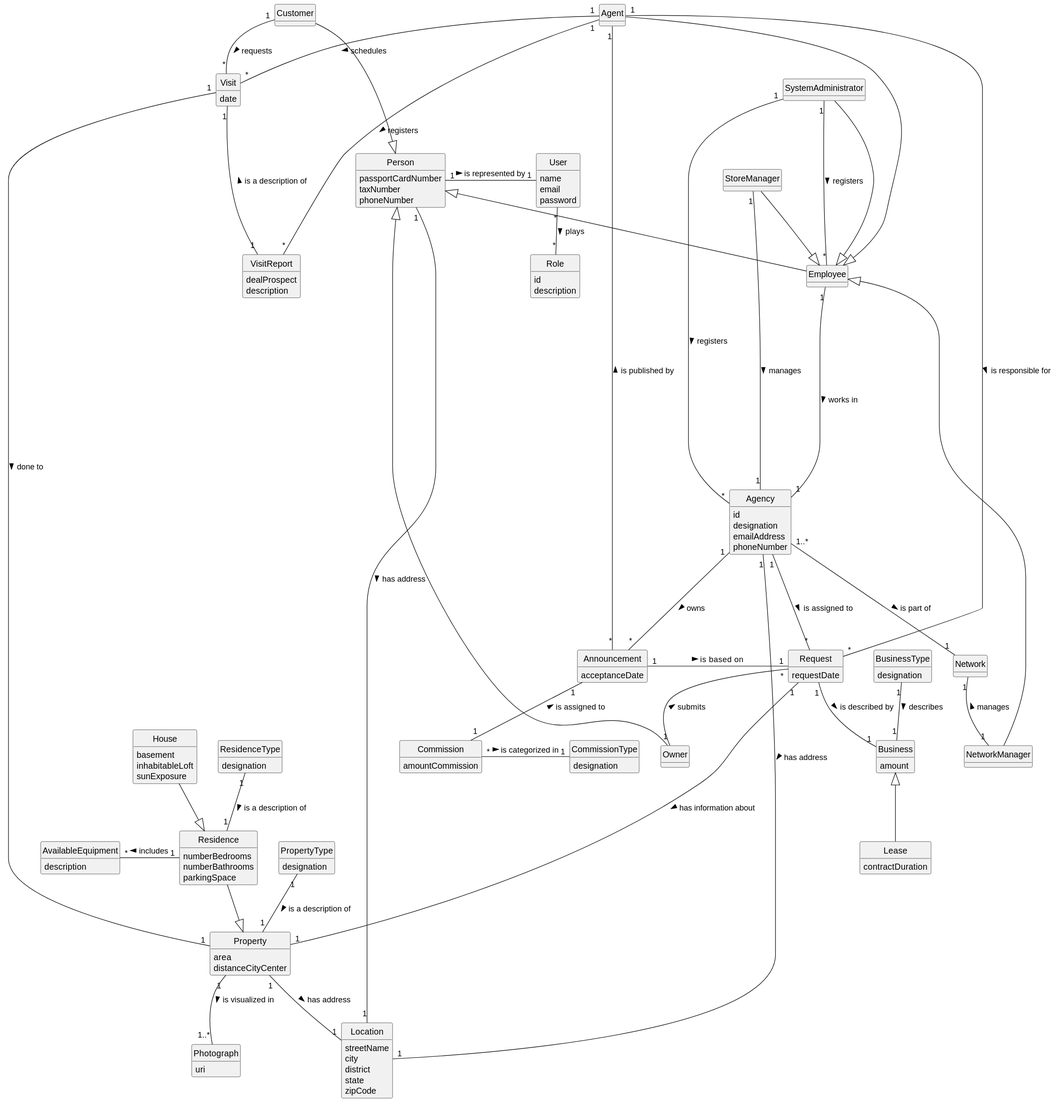
This is docs/sprintB/global-artifacts/02.analysis/svg/project-domain-model.svg from rita-barbosa/LAPR2-2223, a PlantUML export, as it was before one commit.
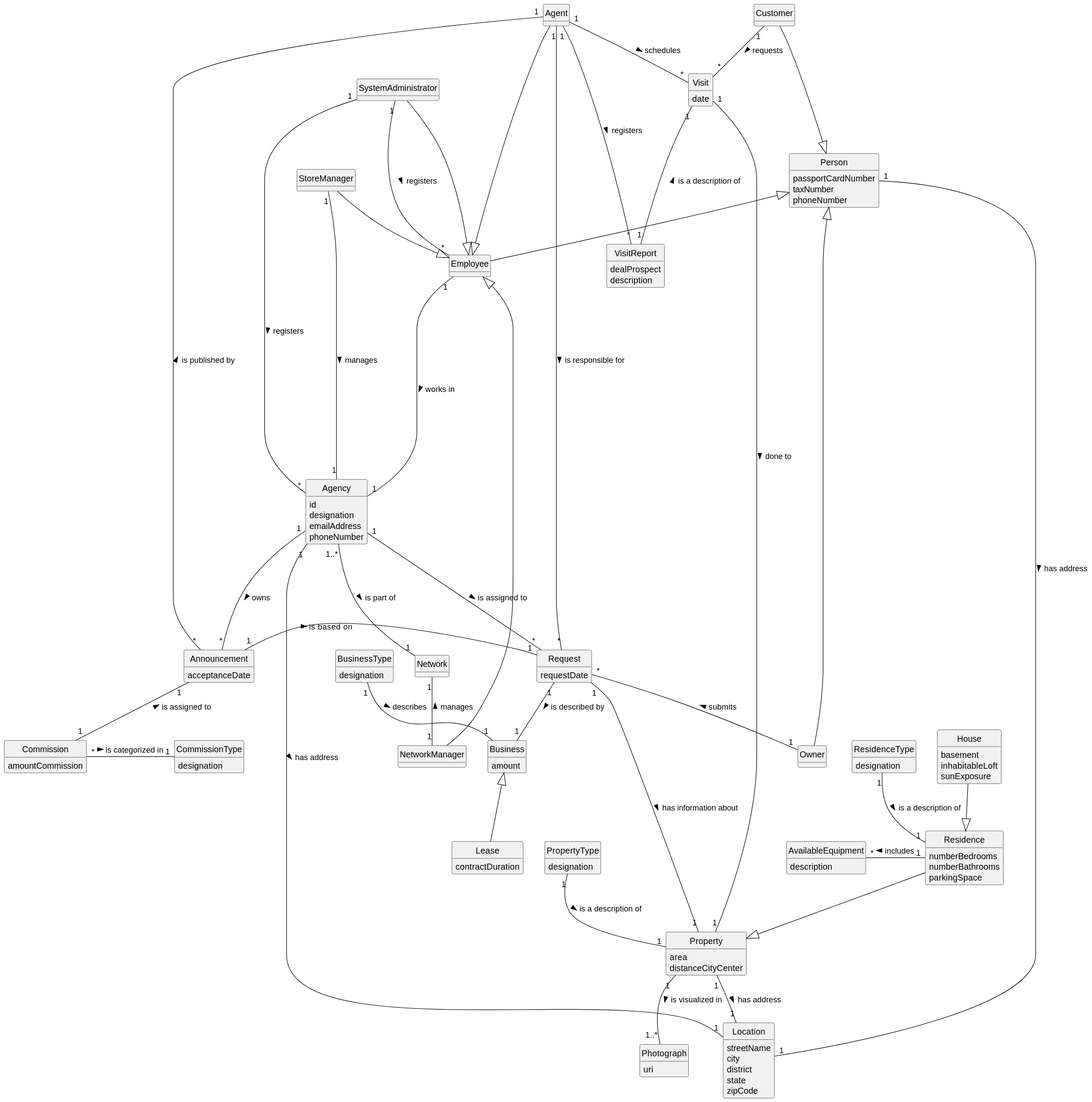
The same file after the commit.

Change to the diagram source:
```diff
@@ -26,15 +26,7 @@
 taxNumber
 phoneNumber
 }
-class User{
-name
-email
-password
-}
-class Role{
-id
-description
-}
+
 class Owner{
 }
 
@@ -151,8 +143,6 @@
 Business <|-- Lease
 BusinessType "1" -- "1" Business : describes >
 Announcement "1" - "1" Request : is  based on >
-Person "1" - "1" User : is represented by >
-User "*" -- "*" Role : plays >
 Commission "*" - "1" CommissionType : is categorized in >
 Agency "1" --- "*" Request : is assigned to >
 Agent "1" --- "*" Request : is responsible for >
```
